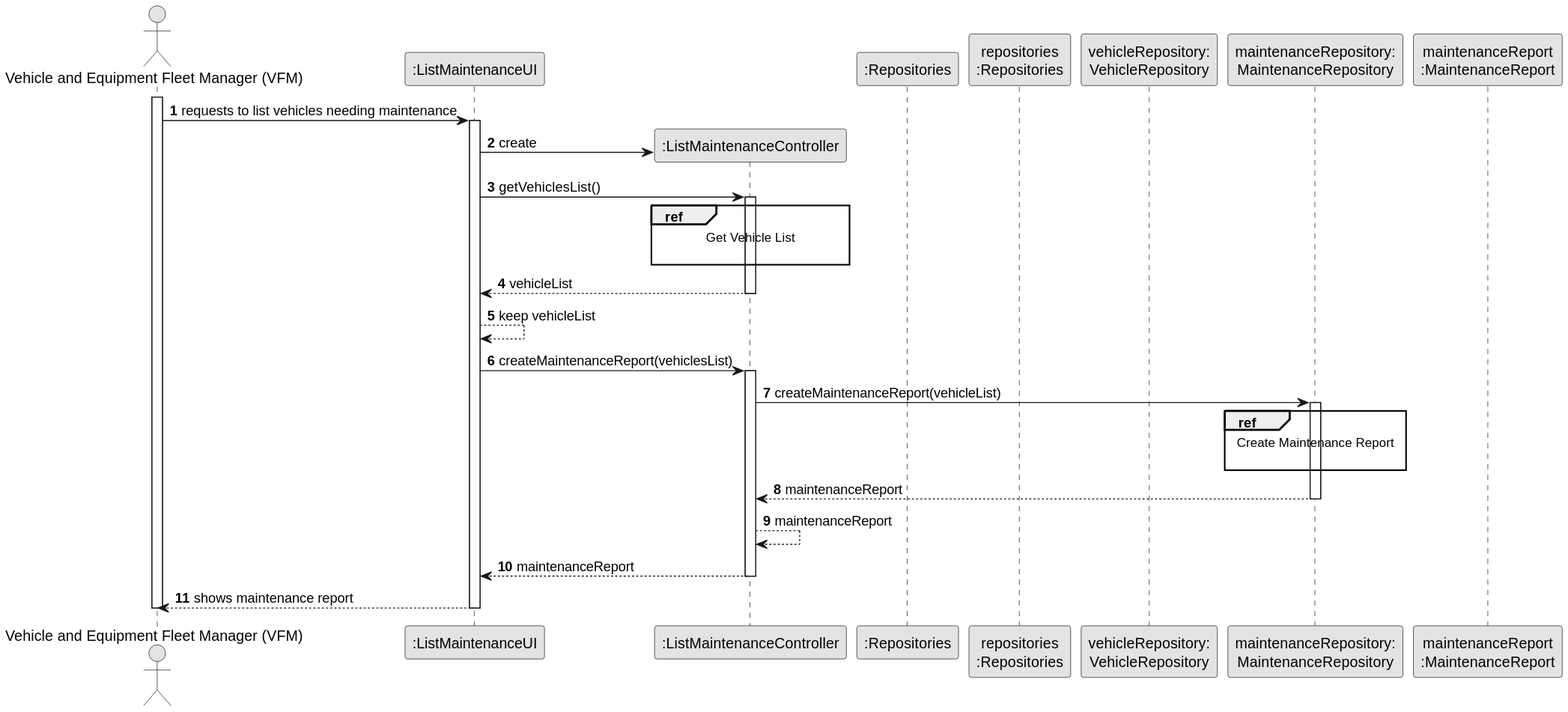
ricardomm7/leaflink keeps this PlantUML diagram as docs/sprintB/us008/03.design/svg/us008-sequence-diagram-split.svg. Above is the earlier version. The source it was exported from:
```plantuml
@startuml
skinparam monochrome true
skinparam packageStyle rectangle
skinparam shadowing false


autonumber

actor "Vehicle and Equipment Fleet Manager (VFM)" as VFM
participant ":ListMaintenanceUI" as UI
participant ":ListMaintenanceController" as CTRL
participant ":Repositories" as RepositorySingleton
participant "repositories\n:Repositories" as PLAT
participant "vehicleRepository:\nVehicleRepository" as VehicleRepository
participant "maintenanceRepository:\nMaintenanceRepository" as MaintenanceRepository
participant "maintenanceReport\n:MaintenanceReport" as MaintenanceReport
activate VFM

    VFM -> UI : requests to list vehicles needing maintenance
    activate UI

        UI -> CTRL** : create

        UI -> CTRL : getVehiclesList()
        activate CTRL

            ref over CTRL
                        Get Vehicle List

            end ref

            CTRL --> UI : vehicleList
        deactivate CTRL

        UI --> UI : keep vehicleList

        UI -> CTRL : createMaintenanceReport(vehiclesList)
        activate CTRL

        CTRL -> MaintenanceRepository: createMaintenanceReport(vehicleList)
        activate MaintenanceRepository

            ref over MaintenanceRepository
                    Create Maintenance Report

            end ref
        MaintenanceRepository --> CTRL: maintenanceReport
        deactivate MaintenanceRepository

        CTRL --> CTRL : maintenanceReport


            CTRL --> UI : maintenanceReport
        deactivate CTRL

        UI --> VFM : shows maintenance report
    deactivate UI

deactivate VFM
@enduml
```
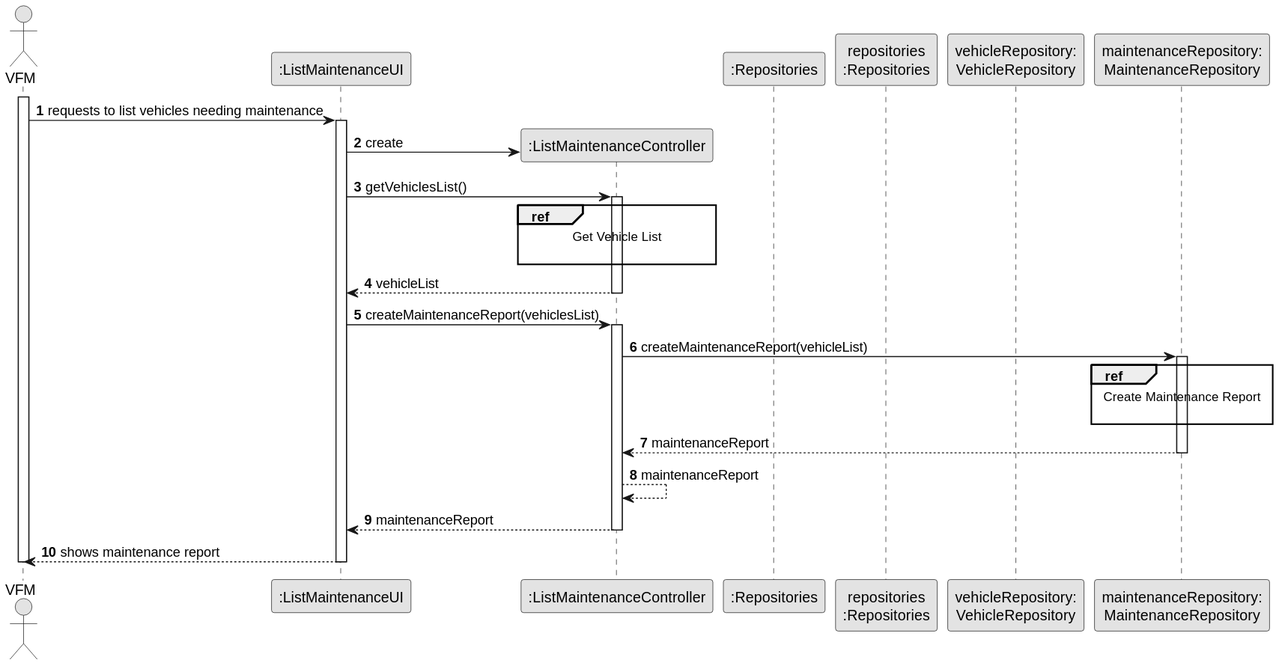
The same diagram one commit later.

Change to the diagram source:
```diff
@@ -6,14 +6,13 @@
 
 autonumber
 
-actor "Vehicle and Equipment Fleet Manager (VFM)" as VFM
+actor "VFM" as VFM
 participant ":ListMaintenanceUI" as UI
 participant ":ListMaintenanceController" as CTRL
 participant ":Repositories" as RepositorySingleton
 participant "repositories\n:Repositories" as PLAT
 participant "vehicleRepository:\nVehicleRepository" as VehicleRepository
 participant "maintenanceRepository:\nMaintenanceRepository" as MaintenanceRepository
-participant "maintenanceReport\n:MaintenanceReport" as MaintenanceReport
 activate VFM
 
     VFM -> UI : requests to list vehicles needing maintenance
@@ -32,7 +31,6 @@
             CTRL --> UI : vehicleList
         deactivate CTRL
 
-        UI --> UI : keep vehicleList
 
         UI -> CTRL : createMaintenanceReport(vehiclesList)
         activate CTRL
```
